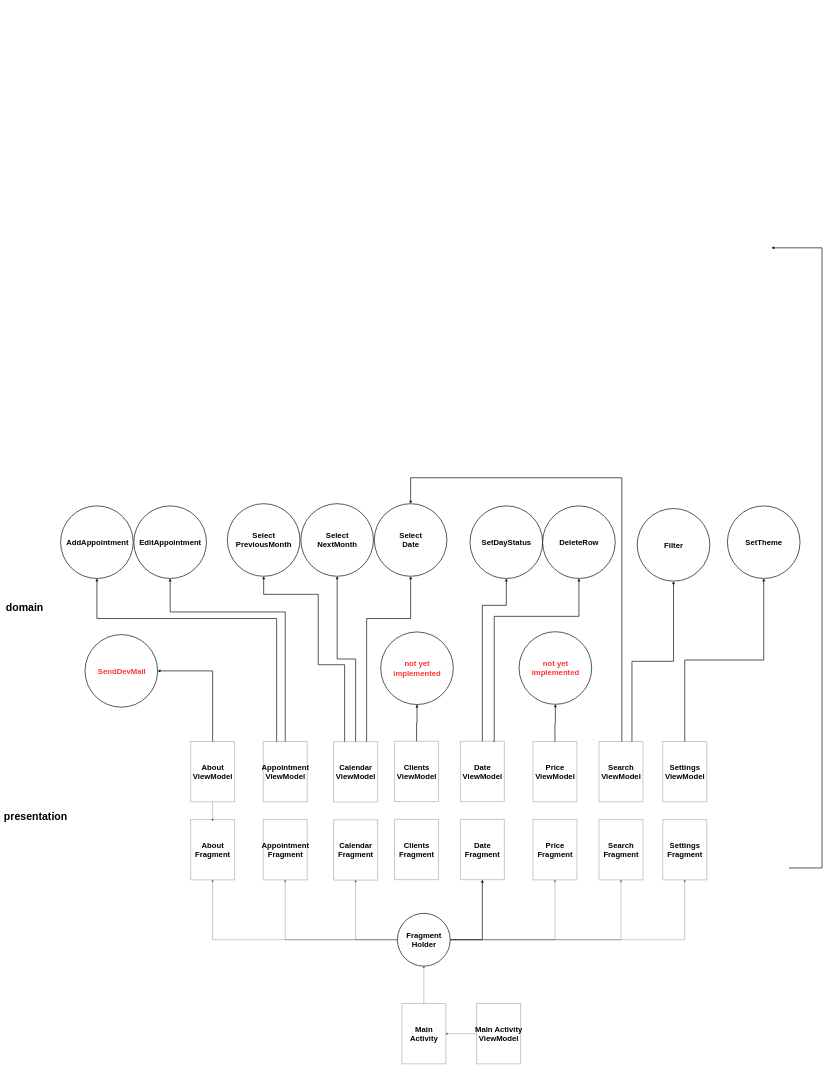
The draw.io diagram Диаграмма без названия.drawio in lemmiwinks1551/MySchedule, before the edit. Source tidied: cells renumbered, new cells numbered last; positions are measured from the earlier drawing's top-left corner, leaving out a move shared by most shapes. Both pictures are drawn from the tidied source at 22%, with x=0, y=0 at pixel (6, 248).
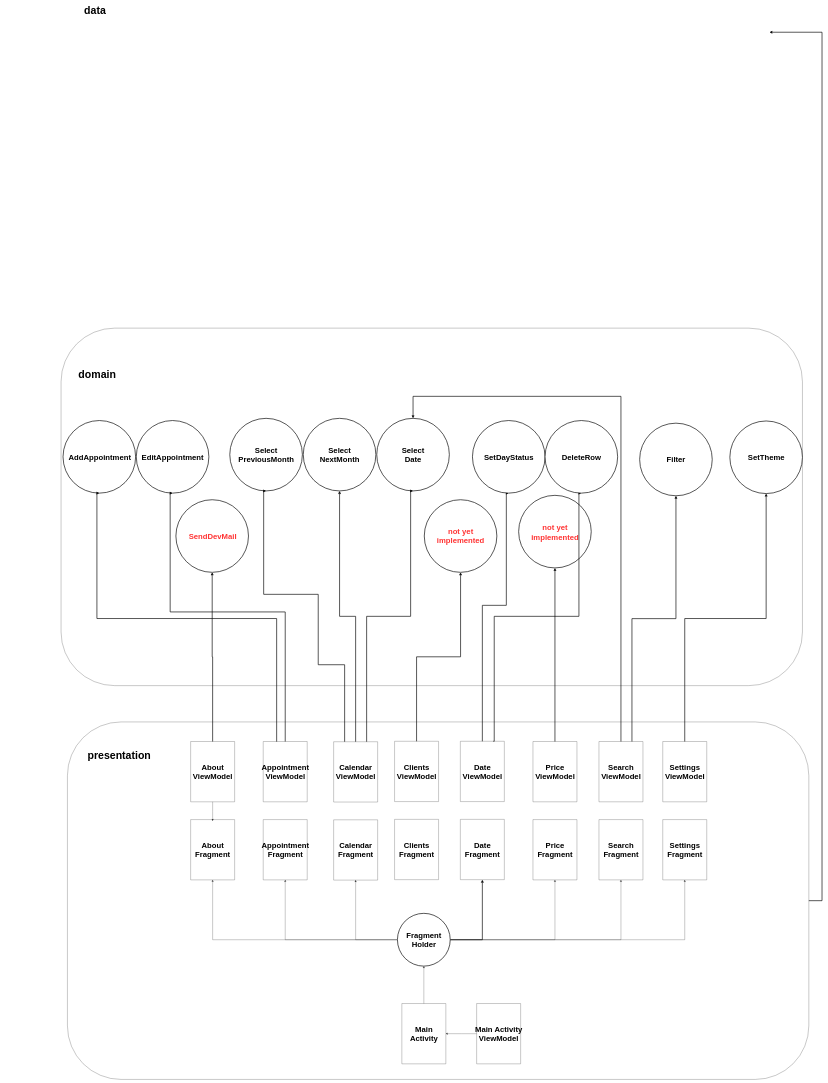
The same diagram, later.

The change refers to these unchanged cells:
```xml
<mxCell id="7" style="ellipse;whiteSpace=wrap;html=1;strokeWidth=3;fontSize=48;" parent="6" vertex="1">
  <mxGeometry width="330" height="330" as="geometry" />
</mxCell>
<mxCell id="22" style="ellipse;whiteSpace=wrap;html=1;strokeWidth=3;fontSize=48;" parent="21" vertex="1">
  <mxGeometry x="2" width="330" height="330" as="geometry" />
</mxCell>
<mxCell id="28" style="swimlane;startSize=0;" parent="1" vertex="1">
  <mxGeometry x="1490" y="2245" width="200" height="274.1" as="geometry" />
</mxCell>
<mxCell id="47" style="swimlane;startSize=0;" parent="1" vertex="1">
  <mxGeometry x="2696" y="2244" width="200" height="274.1" as="geometry" />
</mxCell>
<mxCell id="51" style="swimlane;startSize=0;" parent="1" vertex="1">
  <mxGeometry x="2986" y="2244" width="200" height="274.1" as="geometry" />
</mxCell>
<mxCell id="64" style="swimlane;startSize=0;" parent="1" vertex="1">
  <mxGeometry x="840" y="2244" width="200" height="274.1" as="geometry" />
</mxCell>
```

The edit, as a diff of the source:
```diff
@@
+    <mxCell id="9" style="group;" parent="1" vertex="1">
+      <mxGeometry x="320" y="775" width="3301" height="1215" as="geometry" />
+    </mxCell>
+    <mxCell id="99" style="group;" parent="9" vertex="1">
+      <mxGeometry x="-60" y="10" width="3361" height="1205" as="geometry" />
+    </mxCell>
+    <mxCell id="100" style="rounded=1;whiteSpace=wrap;html=1;" parent="99" vertex="1">
+      <mxGeometry x="-9" y="-420" width="3370" height="1625" as="geometry" />
+    </mxCell>
+    <mxCell id="10" style="ellipse;whiteSpace=wrap;html=1;strokeWidth=3;fontSize=48;" parent="99" vertex="1">
+      <mxGeometry width="330" height="330" as="geometry" />
+    </mxCell>
+    <mxCell id="11" value="&lt;font&gt;AddAppointment&lt;/font&gt;" style="text;strokeColor=none;fillColor=none;html=1;fontSize=35;fontStyle=1;verticalAlign=middle;align=center;strokeWidth=3;fontColor=#000000000;" parent="99" vertex="1">
+      <mxGeometry x="117" y="145" width="100" height="40" as="geometry" />
+    </mxCell>
-    <mxCell id="2" value="domain" style="text;strokeColor=none;fillColor=none;html=1;fontSize=48;fontStyle=1;verticalAlign=middle;align=center;strokeWidth=3;" parent="1" vertex="1">
-      <mxGeometry y="1615" width="170" height="40" as="geometry" />
+    <mxCell id="2" value="domain" style="text;strokeColor=none;fillColor=none;html=1;fontSize=48;fontStyle=1;verticalAlign=middle;align=center;strokeWidth=3;" parent="99" vertex="1">
+      <mxGeometry x="70" y="-230" width="170" height="40" as="geometry" />
     </mxCell>
-    <mxCell id="3" style="edgeStyle=orthogonalEdgeStyle;rounded=0;jumpSize=11;jettySize=auto;html=1;entryX=1;entryY=0.5;entryDx=0;entryDy=0;strokeWidth=3;fontSize=221;exitX=0.5;exitY=0;exitDx=0;exitDy=0;" parent="1" edge="1" source="64" target="7">
-      <mxGeometry relative="1" as="geometry">
-        <Array as="points">
-          <mxPoint x="940" y="1923" />
-        </Array>
-      </mxGeometry>
-    </mxCell>
-    <mxCell id="4" value="presentation" style="text;strokeColor=none;fillColor=none;html=1;fontSize=48;fontStyle=1;verticalAlign=middle;align=center;strokeWidth=3;" parent="1" vertex="1">
-      <mxGeometry x="50" y="2565" width="170" height="40" as="geometry" />
-    </mxCell>
-    <mxCell id="5" style="group;" parent="1" vertex="1">
-      <mxGeometry x="362" y="1758" width="330" height="330" as="geometry" />
+    <mxCell id="5" style="group;" parent="99" vertex="1">
+      <mxGeometry x="515" y="360" width="330" height="330" as="geometry" />
     </mxCell>
@@
-    <mxCell id="9" style="group;" parent="1" vertex="1">
-      <mxGeometry x="309" y="1163" width="330" height="330" as="geometry" />
-    </mxCell>
-    <mxCell id="10" style="ellipse;whiteSpace=wrap;html=1;strokeWidth=3;fontSize=48;" parent="9" vertex="1">
-      <mxGeometry x="-60" y="10" width="330" height="330" as="geometry" />
-    </mxCell>
-    <mxCell id="11" value="&lt;font&gt;AddAppointment&lt;/font&gt;" style="text;strokeColor=none;fillColor=none;html=1;fontSize=35;fontStyle=1;verticalAlign=middle;align=center;strokeWidth=3;fontColor=#000000000;" parent="9" vertex="1">
-      <mxGeometry x="57" y="155" width="100" height="40" as="geometry" />
-    </mxCell>
+    <mxCell id="85" style="group;fontColor=#FF66B3;" parent="99" vertex="1">
+      <mxGeometry x="1640" y="360" width="330" height="330" as="geometry" />
+    </mxCell>
+    <mxCell id="86" style="ellipse;whiteSpace=wrap;html=1;strokeWidth=3;fontSize=48;" parent="85" vertex="1">
+      <mxGeometry x="2" width="330" height="330" as="geometry" />
+    </mxCell>
+    <mxCell id="87" value="not yet &lt;br&gt;implemented" style="text;strokeColor=none;fillColor=none;html=1;fontSize=35;fontStyle=1;verticalAlign=middle;align=center;strokeWidth=3;fontColor=#FF3333;" parent="85" vertex="1">
+      <mxGeometry x="117" y="145" width="100" height="40" as="geometry" />
+    </mxCell>
+    <mxCell id="93" style="ellipse;whiteSpace=wrap;html=1;strokeWidth=3;fontSize=48;" parent="99" vertex="1">
+      <mxGeometry x="2071" y="340" width="330" height="330" as="geometry" />
+    </mxCell>
+    <mxCell id="94" value="not yet &lt;br&gt;implemented" style="text;strokeColor=none;fillColor=none;html=1;fontSize=35;fontStyle=1;verticalAlign=middle;align=center;strokeWidth=3;fontColor=#FF3333;" parent="99" vertex="1">
+      <mxGeometry x="2186" y="490" width="100" height="35" as="geometry" />
+    </mxCell>
+    <mxCell id="101" style="rounded=1;whiteSpace=wrap;html=1;" parent="1" vertex="1">
+      <mxGeometry x="280" y="2155" width="3370" height="1625" as="geometry" />
+    </mxCell>
+    <mxCell id="4" value="presentation" style="text;strokeColor=none;fillColor=none;html=1;fontSize=48;fontStyle=1;verticalAlign=middle;align=center;strokeWidth=3;" parent="1" vertex="1">
+      <mxGeometry x="430" y="2285" width="170" height="40" as="geometry" />
+    </mxCell>
     <mxCell id="12" style="group;" parent="1" vertex="1">
-      <mxGeometry x="677" y="1153" width="330" height="330" as="geometry" />
+      <mxGeometry x="688" y="765" width="330" height="330" as="geometry" />
     </mxCell>
@@
     <mxCell id="15" style="group;" parent="1" vertex="1">
-      <mxGeometry x="1107" y="1163" width="330" height="330" as="geometry" />
+      <mxGeometry x="1118" y="775" width="330" height="330" as="geometry" />
     </mxCell>
@@
     <mxCell id="18" style="group;" parent="1" vertex="1">
-      <mxGeometry x="1339" y="1163" width="330" height="330" as="geometry" />
+      <mxGeometry x="1350" y="775" width="330" height="330" as="geometry" />
     </mxCell>
@@
     <mxCell id="21" style="group;" parent="1" vertex="1">
-      <mxGeometry x="1673" y="1163" width="330" height="330" as="geometry" />
+      <mxGeometry x="1684" y="775" width="330" height="330" as="geometry" />
     </mxCell>
@@
-    <mxCell id="24" style="edgeStyle=orthogonalEdgeStyle;rounded=0;jumpSize=11;orthogonalLoop=1;jettySize=auto;html=1;entryX=1;entryY=0.5;entryDx=0;entryDy=0;strokeWidth=3;fontSize=28;fontColor=#000000000;" parent="1" edge="1">
+    <mxCell id="24" style="edgeStyle=orthogonalEdgeStyle;rounded=0;jumpSize=11;jettySize=auto;html=1;strokeWidth=3;fontSize=28;fontColor=#000000000;exitX=1;exitY=0.5;exitDx=0;exitDy=0;" parent="1" edge="1" source="101">
       <mxGeometry relative="1" as="geometry">
-        <mxPoint x="3560" y="2818.6" as="sourcePoint" />
-        <mxPoint x="3480" as="targetPoint" />
+        <mxPoint x="3471" y="-980" as="targetPoint" />
         <Array as="points">
-          <mxPoint x="3710" y="2819" />
-          <mxPoint x="3710" />
+          <mxPoint x="3710" y="2967" />
+          <mxPoint x="3710" y="-980" />
+          <mxPoint x="3480" y="-980" />
         </Array>
       </mxGeometry>
     </mxCell>
@@
     <mxCell id="27" style="edgeStyle=orthogonalEdgeStyle;rounded=0;jumpSize=11;jettySize=auto;html=1;entryX=0.5;entryY=1;entryDx=0;entryDy=0;strokeWidth=3;fontSize=35;fontColor=#FF3333;exitX=0.75;exitY=0;exitDx=0;exitDy=0;" parent="1" edge="1" source="28" target="22">
       <mxGeometry relative="1" as="geometry">
         <Array as="points">
-          <mxPoint x="1640" y="1685" />
-          <mxPoint x="1840" y="1685" />
+          <mxPoint x="1640" y="1675" />
+          <mxPoint x="1840" y="1675" />
+          <mxPoint x="1840" y="1105" />
         </Array>
       </mxGeometry>
     </mxCell>
@@
+    <mxCell id="46" style="edgeStyle=orthogonalEdgeStyle;rounded=0;jumpSize=11;jettySize=auto;html=1;entryX=0.5;entryY=1;entryDx=0;entryDy=0;strokeWidth=3;fontSize=35;fontColor=#FF3333;exitX=0.75;exitY=0;exitDx=0;exitDy=0;" parent="1" edge="1" source="47" target="95">
+      <mxGeometry relative="1" as="geometry" />
+    </mxCell>
-    <mxCell id="45" style="edgeStyle=orthogonalEdgeStyle;rounded=0;jumpSize=11;jettySize=auto;html=1;entryX=0.5;entryY=0;entryDx=0;entryDy=0;strokeWidth=3;fontSize=35;fontColor=#FF3333;" parent="1" edge="1" source="47" target="22">
+    <mxCell id="45" style="edgeStyle=orthogonalEdgeStyle;rounded=0;jettySize=auto;html=1;entryX=0.5;entryY=0;entryDx=0;entryDy=0;strokeWidth=3;" parent="1" edge="1" source="47" target="22">
       <mxGeometry relative="1" as="geometry">
         <Array as="points">
-          <mxPoint x="2800" y="1045" />
-          <mxPoint x="1840" y="1045" />
+          <mxPoint x="2796" y="675" />
+          <mxPoint x="1851" y="675" />
         </Array>
       </mxGeometry>
     </mxCell>
-    <mxCell id="46" style="edgeStyle=orthogonalEdgeStyle;rounded=0;jumpSize=11;jettySize=auto;html=1;entryX=0.5;entryY=1;entryDx=0;entryDy=0;strokeWidth=3;fontSize=35;fontColor=#FF3333;exitX=0.75;exitY=0;exitDx=0;exitDy=0;" parent="1" edge="1" source="47" target="95">
-      <mxGeometry relative="1" as="geometry" />
-    </mxCell>
@@
     <mxCell id="50" style="edgeStyle=orthogonalEdgeStyle;rounded=0;jumpSize=11;jettySize=auto;html=1;entryX=0.5;entryY=1;entryDx=0;entryDy=0;strokeWidth=3;fontSize=35;fontColor=#FF3333;exitX=0.5;exitY=0;exitDx=0;exitDy=0;" parent="1" edge="1" source="51" target="97">
-      <mxGeometry relative="1" as="geometry" />
+      <mxGeometry relative="1" as="geometry">
+        <Array as="points">
+          <mxPoint x="3086" y="1685" />
+          <mxPoint x="3456" y="1685" />
+        </Array>
+      </mxGeometry>
     </mxCell>
@@
+    <mxCell id="3" style="edgeStyle=orthogonalEdgeStyle;rounded=0;jettySize=auto;html=1;entryX=0.5;entryY=1;entryDx=0;entryDy=0;strokeWidth=3;" parent="1" edge="1" source="64" target="7">
+      <mxGeometry relative="1" as="geometry" />
+    </mxCell>
@@
-    <mxCell id="85" style="group;fontColor=#FF66B3;" parent="1" vertex="1">
-      <mxGeometry x="1702" y="1746" width="330" height="330" as="geometry" />
-    </mxCell>
-    <mxCell id="86" style="ellipse;whiteSpace=wrap;html=1;strokeWidth=3;fontSize=48;" parent="85" vertex="1">
-      <mxGeometry x="2" width="330" height="330" as="geometry" />
-    </mxCell>
-    <mxCell id="87" value="not yet &lt;br&gt;implemented" style="text;strokeColor=none;fillColor=none;html=1;fontSize=35;fontStyle=1;verticalAlign=middle;align=center;strokeWidth=3;fontColor=#FF3333;" parent="85" vertex="1">
-      <mxGeometry x="117" y="145" width="100" height="40" as="geometry" />
-    </mxCell>
     <mxCell id="88" style="ellipse;whiteSpace=wrap;html=1;strokeWidth=3;fontSize=48;" parent="1" vertex="1">
-      <mxGeometry x="2110" y="1173" width="330" height="330" as="geometry" />
+      <mxGeometry x="2121" y="785" width="330" height="330" as="geometry" />
     </mxCell>
     <mxCell id="89" value="SetDayStatus" style="text;strokeColor=none;fillColor=none;html=1;fontSize=35;fontStyle=1;verticalAlign=middle;align=center;strokeWidth=3;fontColor=#000000000;" parent="1" vertex="1">
-      <mxGeometry x="2225" y="1318" width="100" height="40" as="geometry" />
+      <mxGeometry x="2236" y="930" width="100" height="40" as="geometry" />
     </mxCell>
     <mxCell id="90" style="ellipse;whiteSpace=wrap;html=1;strokeWidth=3;fontSize=48;" parent="1" vertex="1">
-      <mxGeometry x="2440" y="1173" width="330" height="330" as="geometry" />
+      <mxGeometry x="2451" y="785" width="330" height="330" as="geometry" />
     </mxCell>
     <mxCell id="91" value="DeleteRow" style="text;strokeColor=none;fillColor=none;html=1;fontSize=35;fontStyle=1;verticalAlign=middle;align=center;strokeWidth=3;fontColor=#000000000;" parent="1" vertex="1">
-      <mxGeometry x="2555" y="1318" width="100" height="40" as="geometry" />
+      <mxGeometry x="2566" y="930" width="100" height="40" as="geometry" />
     </mxCell>
-    <mxCell id="92" style="group;fontColor=#FF66B3;" parent="1" vertex="1">
-      <mxGeometry x="2331" y="1745" width="330" height="330" as="geometry" />
-    </mxCell>
-    <mxCell id="93" style="ellipse;whiteSpace=wrap;html=1;strokeWidth=3;fontSize=48;" parent="92" vertex="1">
-      <mxGeometry x="2" width="330" height="330" as="geometry" />
-    </mxCell>
-    <mxCell id="94" value="not yet &lt;br&gt;implemented" style="text;strokeColor=none;fillColor=none;html=1;fontSize=35;fontStyle=1;verticalAlign=middle;align=center;strokeWidth=3;fontColor=#FF3333;" parent="92" vertex="1">
-      <mxGeometry x="117" y="145" width="100" height="40" as="geometry" />
-    </mxCell>
     <mxCell id="95" style="ellipse;whiteSpace=wrap;html=1;strokeWidth=3;fontSize=48;" parent="1" vertex="1">
-      <mxGeometry x="2870" y="1185" width="330" height="330" as="geometry" />
+      <mxGeometry x="2881" y="797" width="330" height="330" as="geometry" />
     </mxCell>
     <mxCell id="96" value="Filter" style="text;strokeColor=none;fillColor=none;html=1;fontSize=35;fontStyle=1;verticalAlign=middle;align=center;strokeWidth=3;fontColor=#000000000;" parent="1" vertex="1">
-      <mxGeometry x="2985" y="1330" width="100" height="40" as="geometry" />
+      <mxGeometry x="2996" y="942" width="100" height="40" as="geometry" />
     </mxCell>
     <mxCell id="97" style="ellipse;whiteSpace=wrap;html=1;strokeWidth=3;fontSize=48;" parent="1" vertex="1">
-      <mxGeometry x="3280" y="1173" width="330" height="330" as="geometry" />
+      <mxGeometry x="3291" y="787" width="330" height="330" as="geometry" />
     </mxCell>
     <mxCell id="98" value="SetTheme" style="text;strokeColor=none;fillColor=none;html=1;fontSize=35;fontStyle=1;verticalAlign=middle;align=center;strokeWidth=3;fontColor=#000000000;" parent="1" vertex="1">
-      <mxGeometry x="3395" y="1318" width="100" height="40" as="geometry" />
+      <mxGeometry x="3406" y="930" width="100" height="40" as="geometry" />
     </mxCell>
+    <mxCell id="102" value="data&lt;br&gt;" style="text;strokeColor=none;fillColor=none;html=1;fontSize=48;fontStyle=1;verticalAlign=middle;align=center;strokeWidth=3;" parent="1" vertex="1">
+      <mxGeometry x="320" y="-1100" width="170" height="40" as="geometry" />
+    </mxCell>
```
